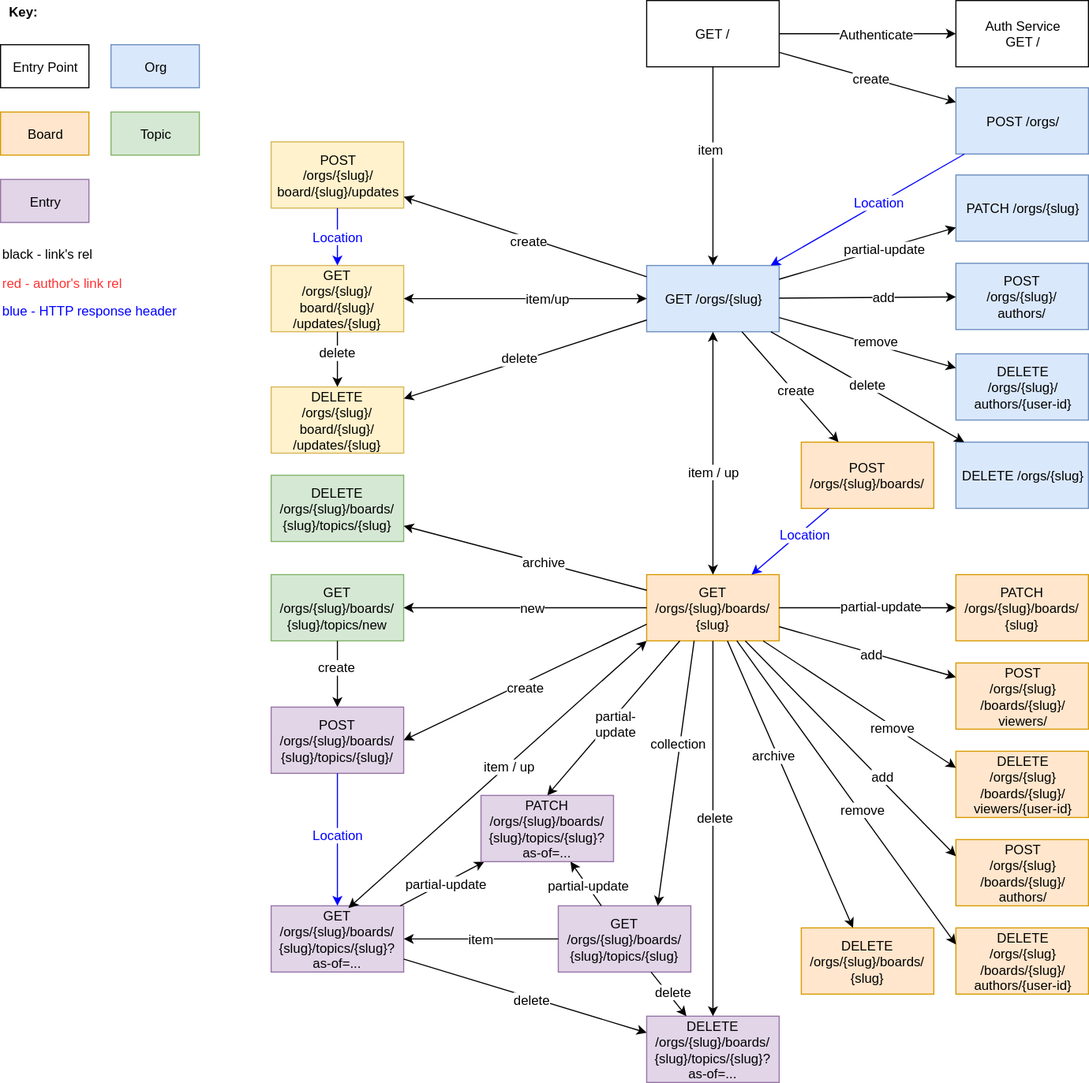
Above: docs/OC-Storage-REST-API.svg in open-company/open-company-storage (draw.io), before the change. Source tidied: cells renumbered, new cells last; positions are measured from the earlier drawing's top-left corner, leaving out a move shared by most shapes.
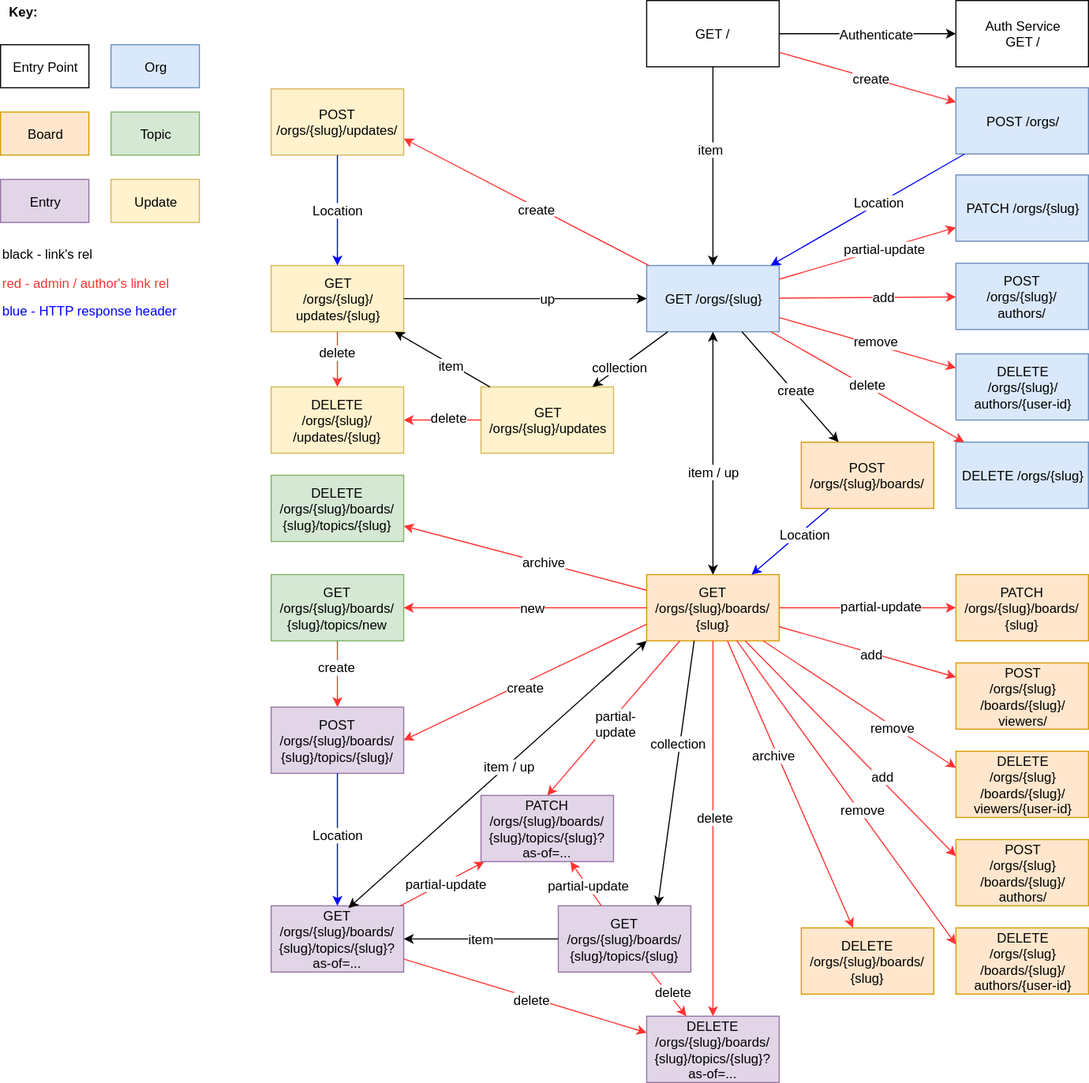
Above is the later version.

What changed in the source:
```diff
@@ -10,2 +10,5 @@
     </mxCell>
+    <mxCell id="107" value="Update" style="whiteSpace=wrap;html=1;fillColor=#fff2cc;strokeColor=#d6b656;" parent="1" vertex="1">
+      <mxGeometry x="100" y="162" width="80" height="39" as="geometry" />
+    </mxCell>
     <mxCell id="4" value="Board" style="whiteSpace=wrap;html=1;fillColor=#ffe6cc;strokeColor=#d79b00;" parent="1" vertex="1">
@@ -25,4 +28,4 @@
     </mxCell>
-    <mxCell id="9" value="red - author's link rel" style="text;html=1;strokeColor=none;fillColor=none;align=left;verticalAlign=middle;whiteSpace=wrap;fontColor=#FF3333;" parent="1" vertex="1">
-      <mxGeometry y="246" width="122" height="20" as="geometry" />
+    <mxCell id="9" value="red - admin / author's link rel" style="text;html=1;strokeColor=none;fillColor=none;align=left;verticalAlign=middle;whiteSpace=wrap;fontColor=#FF3333;" parent="1" vertex="1">
+      <mxGeometry y="246" width="165" height="20" as="geometry" />
     </mxCell>
@@ -46,3 +49,3 @@
     </mxCell>
-    <mxCell id="16" style="endArrow=classic;html=1;strokeColor=#000000;fontSize=12;fontColor=#000000;" parent="1" edge="1" source="11" target="15">
+    <mxCell id="16" style="endArrow=classic;html=1;strokeColor=#FF3333;fontSize=12;fontColor=#000000;" parent="1" edge="1" source="11" target="15">
       <mxGeometry relative="1" as="geometry" />
@@ -55,3 +58,3 @@
     </mxCell>
-    <mxCell id="19" value="&lt;font color=&quot;#0000ff&quot;&gt;Location&lt;/font&gt;" style="text;html=1;align=center;verticalAlign=middle;labelBackgroundColor=#ffffff;fontSize=12;fontColor=#FF3333;" parent="18" vertex="1">
+    <mxCell id="19" value="&lt;font color=&quot;#000000&quot;&gt;Location&lt;/font&gt;" style="text;html=1;align=center;verticalAlign=middle;labelBackgroundColor=#ffffff;fontSize=12;fontColor=#FF3333;" parent="18" vertex="1">
       <mxGeometry x="-0.13" y="-1" relative="1" as="geometry" />
@@ -73,3 +76,3 @@
     </mxCell>
-    <mxCell id="25" style="endArrow=classic;html=1;strokeColor=#000000;fontSize=12;fontColor=#000000;" parent="1" edge="1" source="12" target="23">
+    <mxCell id="25" style="endArrow=classic;html=1;strokeColor=#FF3333;fontSize=12;fontColor=#000000;" parent="1" edge="1" source="12" target="23">
       <mxGeometry relative="1" as="geometry" />
@@ -79,3 +82,3 @@
     </mxCell>
-    <mxCell id="27" style="endArrow=classic;html=1;strokeColor=#000000;fontSize=12;fontColor=#000000;" parent="1" edge="1" source="12" target="24">
+    <mxCell id="27" style="endArrow=classic;html=1;strokeColor=#FF3333;fontSize=12;fontColor=#000000;" parent="1" edge="1" source="12" target="24">
       <mxGeometry relative="1" as="geometry" />
@@ -106,3 +109,3 @@
     </mxCell>
-    <mxCell id="36" value="&lt;font color=&quot;#0000ff&quot;&gt;Location&lt;/font&gt;" style="text;html=1;align=center;verticalAlign=middle;labelBackgroundColor=#ffffff;fontSize=12;fontColor=#000000;" parent="35" vertex="1">
+    <mxCell id="36" value="Location" style="text;html=1;align=center;verticalAlign=middle;labelBackgroundColor=#ffffff;fontSize=12;fontColor=#000000;" parent="35" vertex="1">
       <mxGeometry x="-0.3" y="3" relative="1" as="geometry" />
@@ -112,3 +115,3 @@
     </mxCell>
-    <mxCell id="38" style="endArrow=classic;html=1;strokeColor=#000000;fontSize=12;fontColor=#FF3333;" parent="1" edge="1" source="29" target="37">
+    <mxCell id="38" style="endArrow=classic;html=1;strokeColor=#FF3333;fontSize=12;fontColor=#FF3333;" parent="1" edge="1" source="29" target="37">
       <mxGeometry relative="1" as="geometry" />
@@ -123,3 +126,3 @@
     </mxCell>
-    <mxCell id="41" style="endArrow=classic;html=1;strokeColor=#000000;fontSize=12;fontColor=#FF3333;startArrow=none;startFill=0;endFill=1;" parent="1" edge="1" source="29" target="40">
+    <mxCell id="41" style="endArrow=classic;html=1;strokeColor=#FF3333;fontSize=12;fontColor=#FF3333;startArrow=none;startFill=0;endFill=1;" parent="1" edge="1" source="29" target="40">
       <mxGeometry relative="1" as="geometry" />
@@ -140,3 +143,3 @@
     </mxCell>
-    <mxCell id="46" style="endArrow=classic;html=1;strokeColor=#000000;fontSize=12;fontColor=#000000;" parent="1" edge="1" source="37" target="75">
+    <mxCell id="46" style="endArrow=classic;html=1;strokeColor=#FF3333;fontSize=12;fontColor=#000000;" parent="1" edge="1" source="37" target="75">
       <mxGeometry relative="1" as="geometry" />
@@ -149,3 +152,3 @@
     </mxCell>
-    <mxCell id="49" style="endArrow=classic;html=1;strokeColor=#000000;fontSize=12;fontColor=#000000;" parent="1" edge="1" source="43" target="84">
+    <mxCell id="49" style="endArrow=classic;html=1;strokeColor=#FF3333;fontSize=12;fontColor=#000000;" parent="1" edge="1" source="43" target="84">
       <mxGeometry relative="1" as="geometry" />
@@ -157,3 +160,3 @@
     </mxCell>
-    <mxCell id="51" style="endArrow=classic;html=1;strokeColor=#000000;fontSize=12;fontColor=#000000;entryX=0;entryY=0.25;" parent="1" edge="1" source="43" target="48">
+    <mxCell id="51" style="endArrow=classic;html=1;strokeColor=#FF3333;fontSize=12;fontColor=#000000;entryX=0;entryY=0.25;" parent="1" edge="1" source="43" target="48">
       <mxGeometry relative="1" as="geometry" />
@@ -169,3 +172,3 @@
     </mxCell>
-    <mxCell id="55" style="endArrow=classic;html=1;strokeColor=#000000;fontSize=12;fontColor=#000000;entryX=0.5;entryY=0;exitX=0.25;exitY=1;" parent="1" edge="1" source="29" target="84">
+    <mxCell id="55" style="endArrow=classic;html=1;strokeColor=#FF3333;fontSize=12;fontColor=#000000;entryX=0.5;entryY=0;exitX=0.25;exitY=1;" parent="1" edge="1" source="29" target="84">
       <mxGeometry relative="1" as="geometry" />
@@ -177,3 +180,3 @@
     </mxCell>
-    <mxCell id="57" style="endArrow=classic;html=1;strokeColor=#000000;fontSize=12;fontColor=#000000;exitX=0.5;exitY=1;" parent="1" edge="1" source="29" target="48">
+    <mxCell id="57" style="endArrow=classic;html=1;strokeColor=#FF3333;fontSize=12;fontColor=#000000;exitX=0.5;exitY=1;" parent="1" edge="1" source="29" target="48">
       <mxGeometry relative="1" as="geometry" />
@@ -188,3 +191,3 @@
     </mxCell>
-    <mxCell id="60" style="endArrow=classic;html=1;strokeColor=#000000;fontSize=12;fontColor=#000000;" parent="1" edge="1" source="29" target="59">
+    <mxCell id="60" style="endArrow=classic;html=1;strokeColor=#FF3333;fontSize=12;fontColor=#000000;" parent="1" edge="1" source="29" target="59">
       <mxGeometry relative="1" as="geometry" />
@@ -196,9 +199,9 @@
     </mxCell>
-    <mxCell id="62" value="POST&lt;div&gt;/orgs/{slug}/&lt;div&gt;board/{slug}/&lt;span&gt;updates&lt;/span&gt;&lt;/div&gt;&lt;/div&gt;" style="whiteSpace=wrap;html=1;fontSize=12;fontColor=#000000;fillColor=#fff2cc;strokeColor=#d6b656;" parent="1" vertex="1">
-      <mxGeometry x="245" y="128" width="120" height="60" as="geometry" />
+    <mxCell id="62" value="POST&lt;div&gt;/orgs/{slug}&lt;span&gt;/&lt;/span&gt;&lt;span&gt;updates/&lt;/span&gt;&lt;/div&gt;" style="whiteSpace=wrap;html=1;fontSize=12;fontColor=#000000;fillColor=#fff2cc;strokeColor=#d6b656;" parent="1" vertex="1">
+      <mxGeometry x="245" y="80" width="120" height="60" as="geometry" />
     </mxCell>
-    <mxCell id="63" value="&lt;span&gt;GET&lt;/span&gt;&lt;div&gt;/orgs/{slug}/&lt;div&gt;board/{slug}/&lt;/div&gt;&lt;div&gt;/updates/{slug}&lt;/div&gt;&lt;/div&gt;" style="whiteSpace=wrap;html=1;fontSize=12;fontColor=#000000;fillColor=#fff2cc;strokeColor=#d6b656;" parent="1" vertex="1">
+    <mxCell id="63" value="&lt;span&gt;GET&lt;/span&gt;&lt;div&gt;/orgs/{slug}/&lt;/div&gt;&lt;div&gt;&lt;span&gt;updates/{slug}&lt;/span&gt;&lt;/div&gt;" style="whiteSpace=wrap;html=1;fontSize=12;fontColor=#000000;fillColor=#fff2cc;strokeColor=#d6b656;" parent="1" vertex="1">
       <mxGeometry x="245" y="240" width="120" height="60" as="geometry" />
     </mxCell>
-    <mxCell id="64" value="&lt;span&gt;DELETE&lt;/span&gt;&lt;div&gt;/orgs/{slug}/&lt;div&gt;board/{slug}/&lt;/div&gt;&lt;div&gt;/updates/{slug}&lt;/div&gt;&lt;/div&gt;" style="whiteSpace=wrap;html=1;fontSize=12;fontColor=#000000;fillColor=#fff2cc;strokeColor=#d6b656;" parent="1" vertex="1">
+    <mxCell id="64" value="&lt;span&gt;DELETE&lt;/span&gt;&lt;div&gt;/orgs/{slug}/&lt;div&gt;/updates/{slug}&lt;/div&gt;&lt;/div&gt;" style="whiteSpace=wrap;html=1;fontSize=12;fontColor=#000000;fillColor=#fff2cc;strokeColor=#d6b656;" parent="1" vertex="1">
       <mxGeometry x="245" y="350" width="120" height="60" as="geometry" />
@@ -208,3 +211,3 @@
     </mxCell>
-    <mxCell id="66" style="endArrow=classic;html=1;strokeColor=#000000;fontSize=12;fontColor=#000000;" parent="1" edge="1" source="29" target="65">
+    <mxCell id="66" style="endArrow=classic;html=1;strokeColor=#FF3333;fontSize=12;fontColor=#000000;" parent="1" edge="1" source="29" target="65">
       <mxGeometry relative="1" as="geometry" />
@@ -216,3 +219,3 @@
     </mxCell>
-    <mxCell id="68" style="endArrow=classic;html=1;strokeColor=#000000;fontSize=12;fontColor=#000000;" parent="1" edge="1" source="12" target="62">
+    <mxCell id="68" style="endArrow=classic;html=1;strokeColor=#FF3333;fontSize=12;fontColor=#000000;entryX=1;entryY=0.75;" parent="1" edge="1" source="12" target="62">
       <mxGeometry relative="1" as="geometry" />
@@ -220,8 +223,10 @@
     <mxCell id="69" value="create" style="text;html=1;align=center;verticalAlign=middle;labelBackgroundColor=#ffffff;fontSize=12;fontColor=#000000;" parent="68" vertex="1">
-      <mxGeometry x="-0.03" y="2" relative="1" as="geometry" />
+      <mxGeometry x="-0.03" y="2" relative="1" as="geometry">
+        <mxPoint x="6" y="2" as="offset" />
+      </mxGeometry>
     </mxCell>
-    <mxCell id="70" style="endArrow=classic;startArrow=classic;html=1;strokeColor=#000000;fontSize=12;fontColor=#000000;exitX=0;exitY=0.5;" parent="1" edge="1" source="12" target="63">
+    <mxCell id="70" style="endArrow=none;startArrow=classic;html=1;strokeColor=#000000;fontSize=12;fontColor=#000000;exitX=0;exitY=0.5;startFill=1;endFill=0;" parent="1" edge="1" source="12" target="63">
       <mxGeometry relative="1" as="geometry" />
     </mxCell>
-    <mxCell id="71" value="item/up" style="text;html=1;align=center;verticalAlign=middle;labelBackgroundColor=#ffffff;fontSize=12;fontColor=#000000;" parent="70" vertex="1">
+    <mxCell id="71" value="up" style="text;html=1;align=center;verticalAlign=middle;labelBackgroundColor=#ffffff;fontSize=12;fontColor=#000000;" parent="70" vertex="1">
       <mxGeometry x="0.19" y="-3" relative="1" as="geometry">
@@ -230,6 +235,6 @@
     </mxCell>
-    <mxCell id="72" value="&lt;font color=&quot;#0000ff&quot;&gt;Location&lt;/font&gt;" style="endArrow=classic;html=1;strokeColor=#0000FF;fontSize=12;fontColor=#000000;" parent="1" edge="1" source="62" target="63">
+    <mxCell id="72" value="Location" style="endArrow=classic;html=1;strokeColor=#0000FF;fontSize=12;fontColor=#000000;" parent="1" edge="1" source="62" target="63">
       <mxGeometry relative="1" as="geometry" />
     </mxCell>
-    <mxCell id="73" style="endArrow=classic;html=1;strokeColor=#000000;fontSize=12;fontColor=#000000;" parent="1" edge="1" source="63" target="64">
+    <mxCell id="73" style="endArrow=classic;html=1;strokeColor=#FF3333;fontSize=12;fontColor=#000000;" parent="1" edge="1" source="63" target="64">
       <mxGeometry relative="1" as="geometry" />
@@ -247,6 +252,6 @@
     </mxCell>
-    <mxCell id="77" value="&lt;font color=&quot;#0000ff&quot;&gt;Location&lt;/font&gt;" style="text;html=1;align=center;verticalAlign=middle;labelBackgroundColor=#ffffff;" parent="76" vertex="1">
+    <mxCell id="77" value="Location" style="text;html=1;align=center;verticalAlign=middle;labelBackgroundColor=#ffffff;" parent="76" vertex="1">
       <mxGeometry x="-0.08" relative="1" as="geometry" />
     </mxCell>
-    <mxCell id="78" style="endArrow=classic;html=1;strokeColor=#000000;exitX=0;exitY=0.75;entryX=1;entryY=0.5;" parent="1" edge="1" source="29" target="75">
+    <mxCell id="78" style="endArrow=classic;html=1;strokeColor=#FF3333;exitX=0;exitY=0.75;entryX=1;entryY=0.5;" parent="1" edge="1" source="29" target="75">
       <mxGeometry relative="1" as="geometry" />
@@ -258,3 +263,3 @@
     </mxCell>
-    <mxCell id="80" style="endArrow=classic;html=1;strokeColor=#000000;" parent="1" edge="1" source="44" target="84">
+    <mxCell id="80" style="endArrow=classic;html=1;strokeColor=#FF3333;" parent="1" edge="1" source="44" target="84">
       <mxGeometry relative="1" as="geometry" />
@@ -264,3 +269,3 @@
     </mxCell>
-    <mxCell id="82" style="endArrow=classic;html=1;strokeColor=#000000;" parent="1" edge="1" source="44" target="48">
+    <mxCell id="82" style="endArrow=classic;html=1;strokeColor=#FF3333;" parent="1" edge="1" source="44" target="48">
       <mxGeometry relative="1" as="geometry" />
@@ -281,8 +286,2 @@
     </mxCell>
-    <mxCell id="87" style="endArrow=classic;html=1;strokeColor=#000000;fontSize=12;fontColor=#000000;" parent="1" edge="1" source="12" target="64">
-      <mxGeometry relative="1" as="geometry" />
-    </mxCell>
-    <mxCell id="88" value="delete" style="text;html=1;align=center;verticalAlign=middle;labelBackgroundColor=#ffffff;fontSize=12;fontColor=#000000;" parent="87" vertex="1">
-      <mxGeometry x="0.04" y="-3" relative="1" as="geometry" />
-    </mxCell>
     <mxCell id="89" value="&lt;font color=&quot;#000000&quot;&gt;POST&lt;/font&gt;&lt;div&gt;&lt;font color=&quot;#000000&quot;&gt;/orgs/{slug}/&lt;/font&gt;&lt;div&gt;&lt;font color=&quot;#000000&quot;&gt;authors/&lt;/font&gt;&lt;/div&gt;&lt;/div&gt;" style="whiteSpace=wrap;html=1;fontSize=12;fontColor=#FF3333;fillColor=#dae8fc;strokeColor=#6c8ebf;" parent="1" vertex="1">
@@ -293,3 +292,3 @@
     </mxCell>
-    <mxCell id="91" style="endArrow=classic;html=1;strokeColor=#000000;fontSize=12;fontColor=#000000;" parent="1" edge="1" source="12" target="89">
+    <mxCell id="91" style="endArrow=classic;html=1;strokeColor=#FF3333;fontSize=12;fontColor=#000000;" parent="1" edge="1" source="12" target="89">
       <mxGeometry relative="1" as="geometry" />
@@ -301,3 +300,3 @@
     </mxCell>
-    <mxCell id="93" style="endArrow=classic;html=1;strokeColor=#000000;fontSize=12;fontColor=#000000;" parent="1" edge="1" source="12" target="90">
+    <mxCell id="93" style="endArrow=classic;html=1;strokeColor=#FF3333;fontSize=12;fontColor=#000000;" parent="1" edge="1" source="12" target="90">
       <mxGeometry relative="1" as="geometry" />
@@ -319,3 +318,3 @@
     </mxCell>
-    <mxCell id="99" style="endArrow=classic;html=1;strokeColor=#000000;fontSize=12;fontColor=#000000;" parent="1" edge="1" source="29" target="95">
+    <mxCell id="99" style="endArrow=classic;html=1;strokeColor=#FF3333;fontSize=12;fontColor=#000000;" parent="1" edge="1" source="29" target="95">
       <mxGeometry relative="1" as="geometry" />
@@ -325,3 +324,3 @@
     </mxCell>
-    <mxCell id="101" style="endArrow=classic;html=1;strokeColor=#000000;fontSize=12;fontColor=#000000;entryX=0;entryY=0.25;" parent="1" edge="1" source="29" target="96">
+    <mxCell id="101" style="endArrow=classic;html=1;strokeColor=#FF3333;fontSize=12;fontColor=#000000;entryX=0;entryY=0.25;" parent="1" edge="1" source="29" target="96">
       <mxGeometry relative="1" as="geometry" />
@@ -333,3 +332,3 @@
     </mxCell>
-    <mxCell id="103" style="endArrow=classic;html=1;strokeColor=#000000;fontSize=12;fontColor=#000000;entryX=0;entryY=0.25;" parent="1" edge="1" source="29" target="97">
+    <mxCell id="103" style="endArrow=classic;html=1;strokeColor=#FF3333;fontSize=12;fontColor=#000000;entryX=0;entryY=0.25;" parent="1" edge="1" source="29" target="97">
       <mxGeometry relative="1" as="geometry" />
@@ -339,3 +338,3 @@
     </mxCell>
-    <mxCell id="105" style="endArrow=classic;html=1;strokeColor=#000000;fontSize=12;fontColor=#000000;entryX=0;entryY=0.25;" parent="1" edge="1" source="29" target="98">
+    <mxCell id="105" style="endArrow=classic;html=1;strokeColor=#FF3333;fontSize=12;fontColor=#000000;entryX=0;entryY=0.25;" parent="1" edge="1" source="29" target="98">
       <mxGeometry relative="1" as="geometry" />
@@ -345,2 +344,23 @@
     </mxCell>
+    <mxCell id="108" value="GET&lt;div&gt;/orgs/{slug}/&lt;span&gt;updates&lt;/span&gt;&lt;/div&gt;" style="whiteSpace=wrap;html=1;fontSize=12;fontColor=#000000;fillColor=#fff2cc;strokeColor=#d6b656;" parent="1" vertex="1">
+      <mxGeometry x="435" y="350" width="120" height="60" as="geometry" />
+    </mxCell>
+    <mxCell id="109" style="endArrow=classic;html=1;strokeColor=#000000;fontSize=12;fontColor=#000000;" parent="1" edge="1" source="12" target="108">
+      <mxGeometry relative="1" as="geometry" />
+    </mxCell>
+    <mxCell id="110" value="collection" style="text;html=1;align=center;verticalAlign=middle;labelBackgroundColor=#ffffff;fontSize=12;fontColor=#000000;" parent="109" vertex="1">
+      <mxGeometry x="0.27" relative="1" as="geometry" />
+    </mxCell>
+    <mxCell id="111" style="endArrow=classic;html=1;strokeColor=#000000;fontSize=12;fontColor=#000000;" parent="1" edge="1" source="108" target="63">
+      <mxGeometry relative="1" as="geometry" />
+    </mxCell>
+    <mxCell id="112" value="item" style="text;html=1;align=center;verticalAlign=middle;labelBackgroundColor=#ffffff;fontSize=12;fontColor=#000000;" parent="111" vertex="1">
+      <mxGeometry x="-0.2" y="1" relative="1" as="geometry" />
+    </mxCell>
+    <mxCell id="113" style="endArrow=classic;html=1;strokeColor=#FF3333;fontSize=12;fontColor=#000000;" parent="1" edge="1" source="108" target="64">
+      <mxGeometry relative="1" as="geometry" />
+    </mxCell>
+    <mxCell id="88" value="delete" style="text;html=1;align=center;verticalAlign=middle;labelBackgroundColor=#ffffff;fontSize=12;fontColor=#000000;" parent="113" vertex="1">
+      <mxGeometry x="-0.17" y="-3" relative="1" as="geometry" />
+    </mxCell>
   </root>
```
